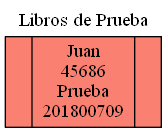
This is BTree_Libros_Prueba_.png from juanpaestrada20/EDD_PY2_201800709, a Graphviz export, as it was before one commit. Its source is kept beside it as BTree_Libros_Prueba_.dot. The source it was exported from:
```dot
digraph G {
node [shape = record,height=.1 color=black fillcolor=salmon style=filled];
labelloc="t";
label="Libros de Prueba";
node1[label = "<f0> |Juan\n45686\nPrueba\n201800709|<f1>"];

}
```
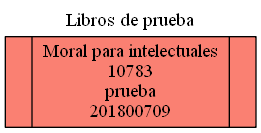
The same diagram one commit later.

Diff of the diagram source:
```diff
@@ -1,7 +1,7 @@
 digraph G {
 node [shape = record,height=.1 color=black fillcolor=salmon style=filled];
 labelloc="t";
-label="Libros de Prueba";
-node1[label = "<f0> |Juan\n45686\nPrueba\n201800709|<f1>"];
+label="Libros de prueba";
+node1[label = "<f0> |Moral para intelectuales\n10783\nprueba\n201800709|<f1>"];
 
 }
```
